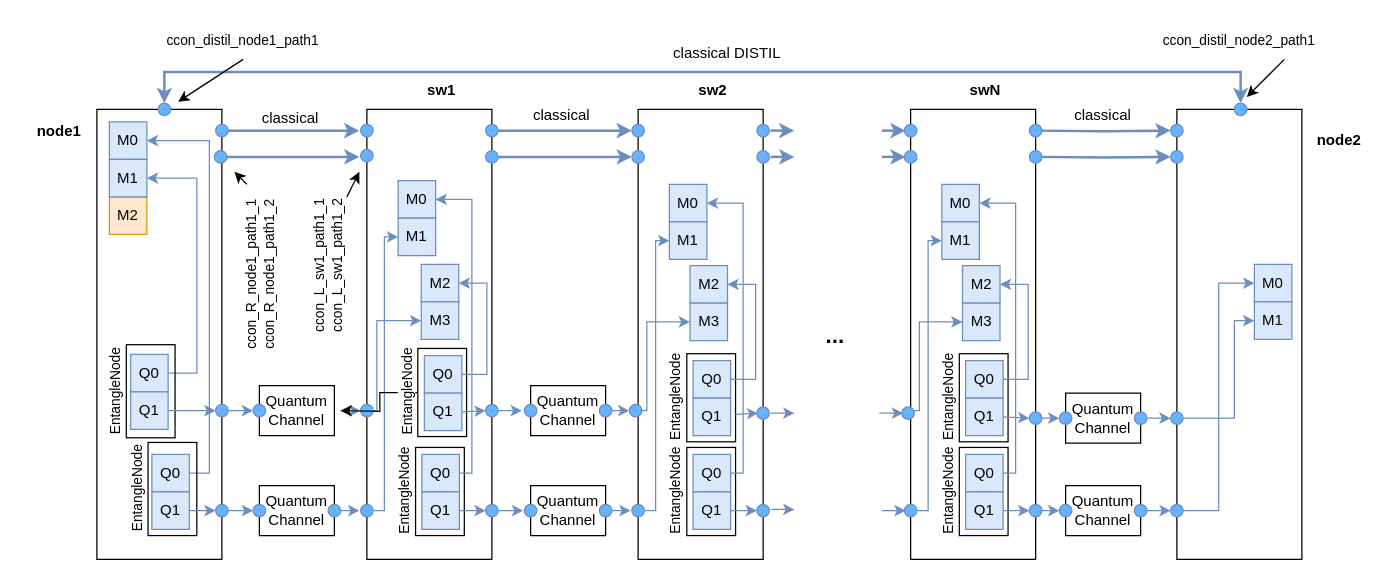
The draw.io diagram Diagramas/Red/path_con_distil.drawio in davidpcuvigo/quantumcity, before the edit. Source tidied: cells renumbered, new cells numbered last; positions are measured from the earlier drawing's top-left corner, leaving out a move shared by most shapes. Both pictures are drawn from the tidied source at 125%, with x=0, y=0 at pixel (21, 21).
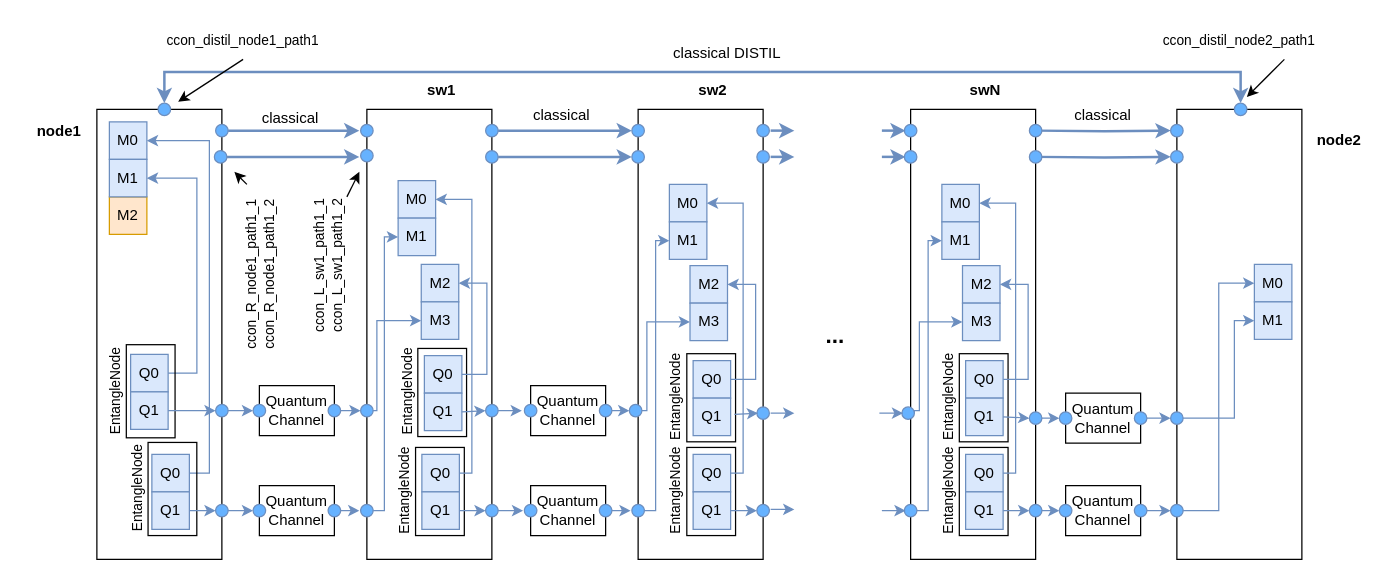
The same diagram, later.

Commit message (it also covers changes not shown here):
Diagramas de red

Unchanged cells that the change refers to:
```xml
<mxCell id="94" value="&lt;div&gt;&lt;font style=&quot;font-size: 11px;&quot;&gt;EntangleNode&lt;/font&gt;&lt;br&gt;&lt;/div&gt;" style="rounded=0;whiteSpace=wrap;html=1;rotation=-90;fillColor=none;labelPosition=center;verticalLabelPosition=top;align=center;verticalAlign=bottom;labelBackgroundColor=default;" parent="1" vertex="1">
  <mxGeometry x="301" y="277" width="70.5" height="39" as="geometry" />
</mxCell>
```

The edit, as a diff of the source:
```diff
@@
-    <mxCell id="93" style="edgeStyle=orthogonalEdgeStyle;rounded=0;jettySize=auto;html=1;" parent="1" edge="1" source="94">
-      <mxGeometry relative="1" as="geometry">
-        <mxPoint x="255" y="311" as="targetPoint" />
-      </mxGeometry>
-    </mxCell>
@@
+    <mxCell id="169" style="ellipse;whiteSpace=wrap;html=1;fillColor=#66B2FF;strokeColor=#6c8ebf;" parent="1" vertex="1">
+      <mxGeometry x="245" y="306" width="10" height="10" as="geometry" />
+    </mxCell>
```
